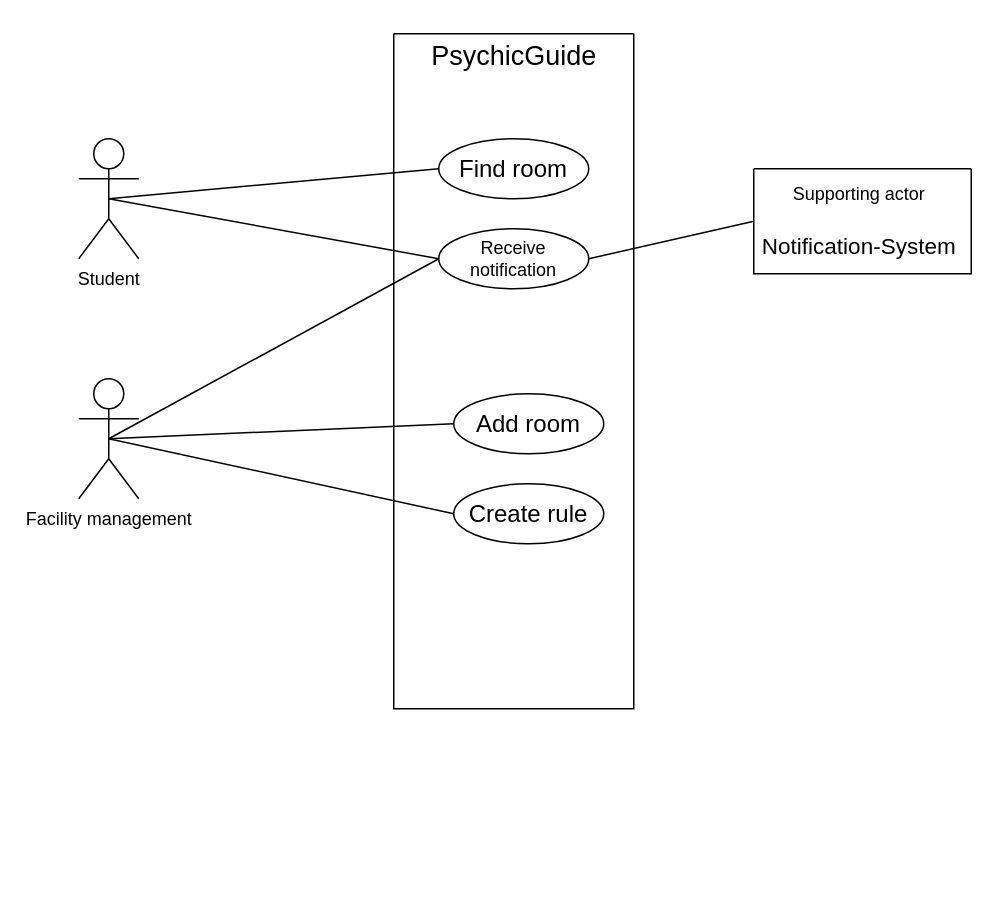
This is Unbenanntes Diagramm.drawio from phyllomenous/PM3_DomainModel, a draw.io file, before an edit. Source tidied: cells renumbered, new cells numbered last; positions are measured from the earlier drawing's top-left corner, leaving out a move shared by most shapes. Both pictures are drawn from the tidied source at 150%, with x=0, y=0 at pixel (78, 26).
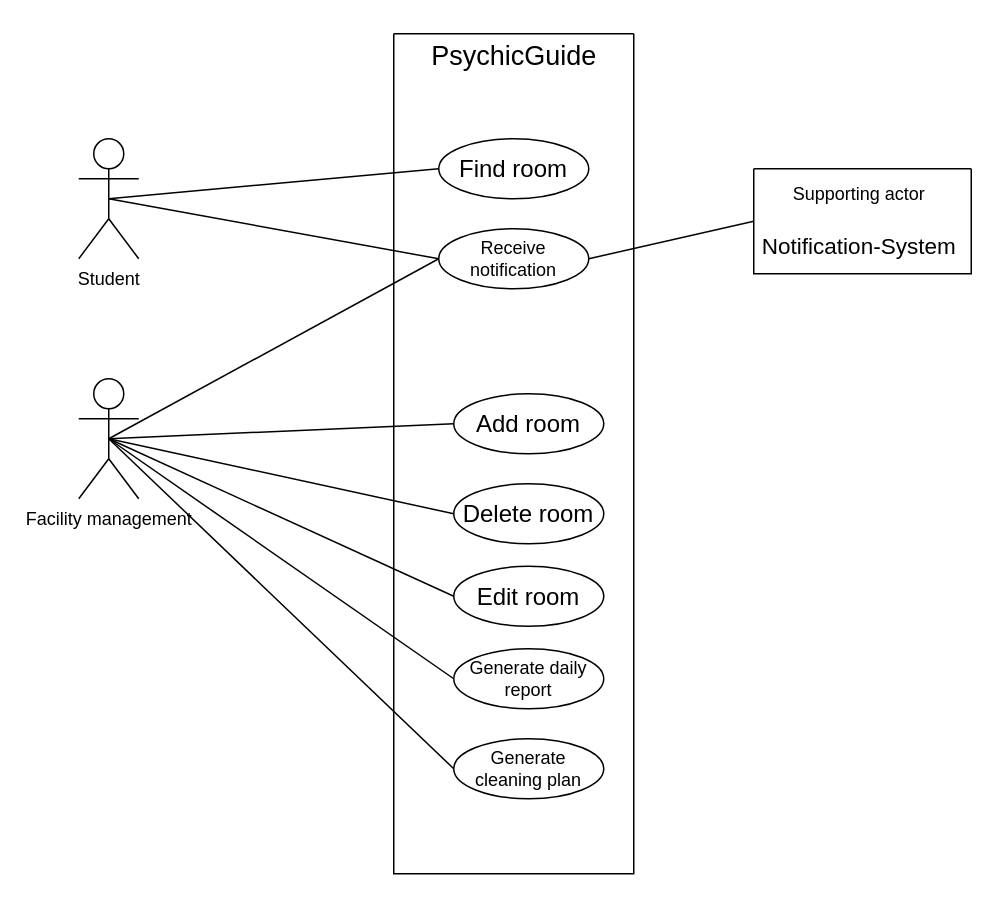
Above is the later version.

Unchanged cells that the change refers to:
```xml
<mxCell id="8" value="Facility management" style="shape=umlActor;verticalLabelPosition=bottom;verticalAlign=top;html=1;outlineConnect=0;" parent="1" vertex="1">
  <mxGeometry y="235" width="40" height="80" as="geometry" />
</mxCell>
```

What changed in the source:
```diff
@@
     <mxCell id="9" style="swimlane;startSize=0;" parent="1" vertex="1">
-      <mxGeometry x="210" y="5" width="160" height="450" as="geometry" />
+      <mxGeometry x="210" y="5" width="160" height="560" as="geometry" />
     </mxCell>
@@
-    <mxCell id="12" value="&lt;font style=&quot;font-size: 16px;&quot;&gt;Create rule&lt;/font&gt;" style="ellipse;whiteSpace=wrap;html=1;" parent="9" vertex="1">
+    <mxCell id="12" value="&lt;font style=&quot;font-size: 16px;&quot;&gt;Delete room&lt;/font&gt;" style="ellipse;whiteSpace=wrap;html=1;" parent="9" vertex="1">
       <mxGeometry x="40" y="300" width="100" height="40" as="geometry" />
     </mxCell>
@@
+    <mxCell id="18" value="&lt;font style=&quot;font-size: 16px;&quot;&gt;Edit room&lt;/font&gt;" style="ellipse;whiteSpace=wrap;html=1;" parent="9" vertex="1">
+      <mxGeometry x="40" y="355" width="100" height="40" as="geometry" />
+    </mxCell>
+    <mxCell id="19" style="rounded=0;jettySize=auto;html=1;exitX=0;exitY=0.5;exitDx=0;exitDy=0;endArrow=none;endFill=0;" parent="9" edge="1" source="20">
+      <mxGeometry relative="1" as="geometry">
+        <mxPoint x="-190" y="270" as="targetPoint" />
+      </mxGeometry>
+    </mxCell>
+    <mxCell id="20" value="Generate daily report" style="ellipse;whiteSpace=wrap;html=1;" parent="9" vertex="1">
+      <mxGeometry x="40" y="410" width="100" height="40" as="geometry" />
+    </mxCell>
+    <mxCell id="21" style="rounded=0;jettySize=auto;html=1;exitX=0;exitY=0.5;exitDx=0;exitDy=0;endArrow=none;endFill=0;" parent="9" edge="1" source="22">
+      <mxGeometry relative="1" as="geometry">
+        <mxPoint x="-190" y="270" as="targetPoint" />
+      </mxGeometry>
+    </mxCell>
+    <mxCell id="22" value="&lt;div&gt;Generate &lt;br&gt;&lt;/div&gt;&lt;div&gt;cleaning plan&lt;/div&gt;" style="ellipse;whiteSpace=wrap;html=1;" parent="9" vertex="1">
+      <mxGeometry x="40" y="470" width="100" height="40" as="geometry" />
+    </mxCell>
@@
+    <mxCell id="23" style="rounded=0;jettySize=auto;html=1;exitX=0;exitY=0.5;exitDx=0;exitDy=0;entryX=0.5;entryY=0.5;entryDx=0;entryDy=0;entryPerimeter=0;endArrow=none;endFill=0;" parent="1" edge="1" source="18" target="8">
+      <mxGeometry relative="1" as="geometry" />
+    </mxCell>
```
